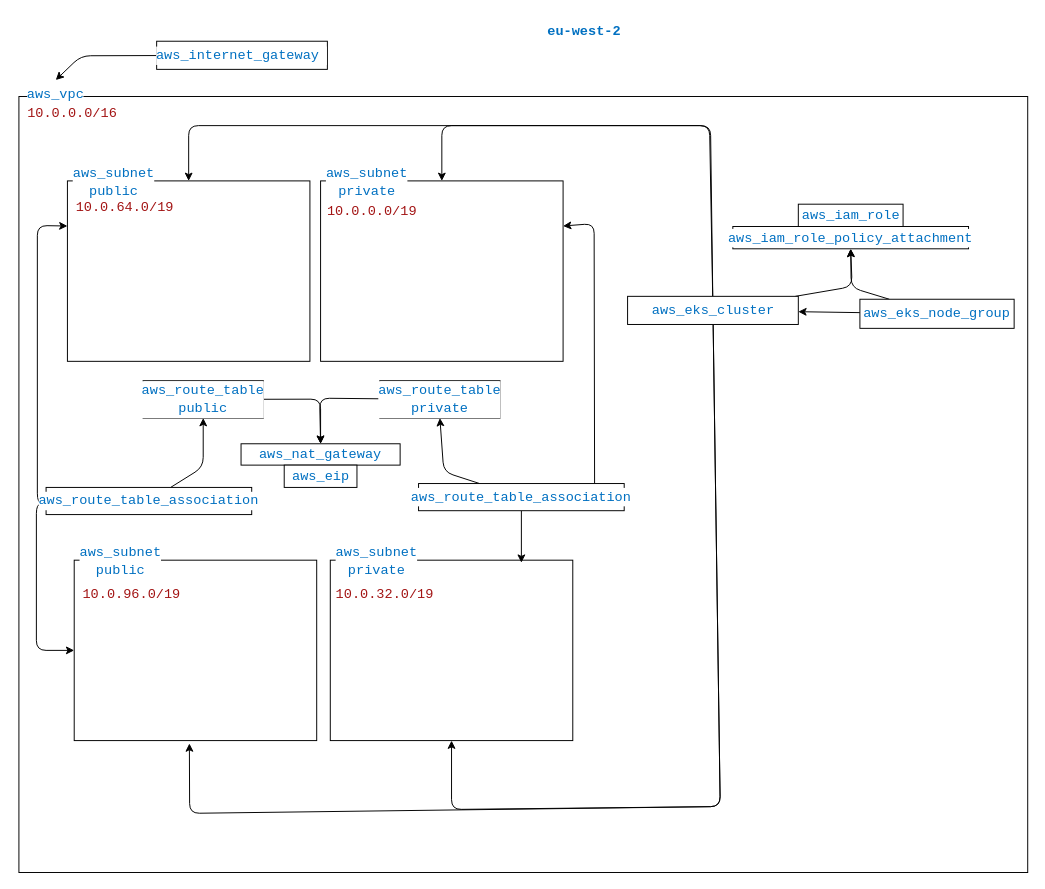
nadavSalman/counter-service keeps this draw.io diagram as diagrams/terraform.dio. Above is the earlier version. Source tidied: cells renumbered, new cells numbered last; positions are measured from the earlier drawing's top-left corner, leaving out a move shared by most shapes. Both pictures are drawn from the tidied source at 97%, with x=0, y=0 at pixel (16, 16).
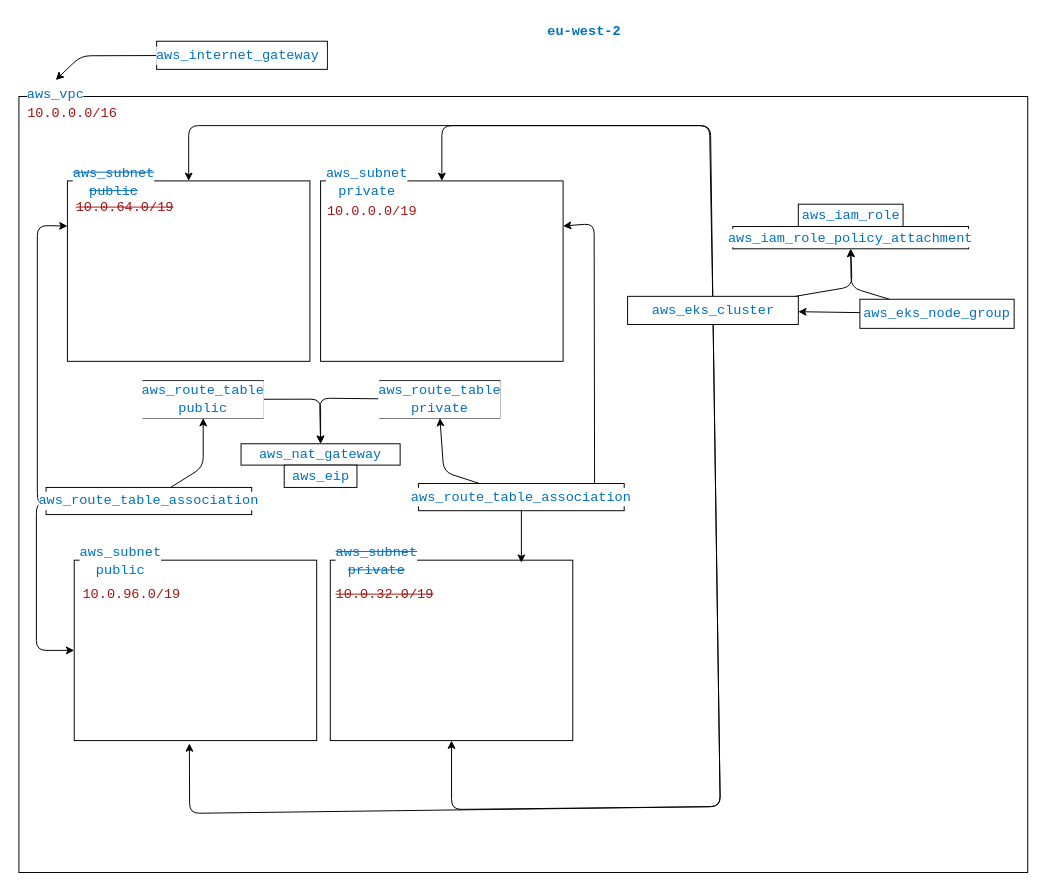
The same diagram, later.

What changed in the source:
```diff
@@
-    <mxCell id="7" value="&lt;br&gt;&lt;div style=&quot;color: rgb(59, 59, 59); background-color: rgb(255, 255, 255); font-family: Consolas, &amp;quot;Courier New&amp;quot;, monospace; font-weight: normal; font-size: 14px; line-height: 19px;&quot;&gt;&lt;div&gt;&lt;span style=&quot;color: #0070c1;&quot;&gt;aws_subnet public&lt;/span&gt;&lt;/div&gt;&lt;/div&gt;" style="text;html=1;strokeColor=none;fillColor=none;align=center;verticalAlign=middle;whiteSpace=wrap;rounded=0;" parent="1" vertex="1">
+    <mxCell id="7" value="&lt;strike&gt;&lt;br&gt;&lt;/strike&gt;&lt;div style=&quot;color: rgb(59, 59, 59); background-color: rgb(255, 255, 255); font-family: Consolas, &amp;quot;Courier New&amp;quot;, monospace; font-weight: normal; font-size: 14px; line-height: 19px;&quot;&gt;&lt;div&gt;&lt;span style=&quot;color: #0070c1;&quot;&gt;&lt;strike&gt;aws_subnet public&lt;/strike&gt;&lt;/span&gt;&lt;/div&gt;&lt;/div&gt;" style="text;html=1;strokeColor=none;fillColor=none;align=center;verticalAlign=middle;whiteSpace=wrap;rounded=0;" parent="1" vertex="1">
       <mxGeometry x="70" y="148" width="60" height="30" as="geometry" />
     </mxCell>
@@
-    <mxCell id="9" value="&lt;br&gt;&lt;div style=&quot;color: rgb(59, 59, 59); background-color: rgb(255, 255, 255); font-family: Consolas, &amp;quot;Courier New&amp;quot;, monospace; font-weight: normal; font-size: 14px; line-height: 19px;&quot;&gt;&lt;div&gt;&lt;span style=&quot;color: #0070c1;&quot;&gt;aws_subnet private&lt;/span&gt;&lt;/div&gt;&lt;/div&gt;" style="text;html=1;strokeColor=none;fillColor=none;align=center;verticalAlign=middle;whiteSpace=wrap;rounded=0;" parent="1" vertex="1">
+    <mxCell id="9" value="&lt;strike&gt;&lt;br&gt;&lt;/strike&gt;&lt;div style=&quot;color: rgb(59, 59, 59); background-color: rgb(255, 255, 255); font-family: Consolas, &amp;quot;Courier New&amp;quot;, monospace; font-weight: normal; font-size: 14px; line-height: 19px;&quot;&gt;&lt;div&gt;&lt;span style=&quot;color: #0070c1;&quot;&gt;&lt;strike&gt;aws_subnet private&lt;/strike&gt;&lt;/span&gt;&lt;/div&gt;&lt;/div&gt;" style="text;html=1;strokeColor=none;fillColor=none;align=center;verticalAlign=middle;whiteSpace=wrap;rounded=0;" parent="1" vertex="1">
       <mxGeometry x="341" y="539" width="60" height="30" as="geometry" />
     </mxCell>
@@
-    <mxCell id="17" value="&lt;div style=&quot;color: rgb(59, 59, 59); background-color: rgb(255, 255, 255); font-family: Consolas, &amp;quot;Courier New&amp;quot;, monospace; font-weight: normal; font-size: 14px; line-height: 19px;&quot;&gt;&lt;div&gt;&lt;span style=&quot;color: #a31515;&quot;&gt;10.0.64.0/19&lt;/span&gt;&lt;/div&gt;&lt;/div&gt;" style="text;whiteSpace=wrap;html=1;" parent="1" vertex="1">
+    <mxCell id="17" value="&lt;div style=&quot;color: rgb(59, 59, 59); background-color: rgb(255, 255, 255); font-family: Consolas, &amp;quot;Courier New&amp;quot;, monospace; font-weight: normal; font-size: 14px; line-height: 19px;&quot;&gt;&lt;div&gt;&lt;span style=&quot;color: #a31515;&quot;&gt;&lt;strike&gt;10.0.64.0/19&lt;/strike&gt;&lt;/span&gt;&lt;/div&gt;&lt;/div&gt;" style="text;whiteSpace=wrap;html=1;" parent="1" vertex="1">
       <mxGeometry x="59" y="181" width="101" height="27" as="geometry" />
     </mxCell>
-    <mxCell id="18" value="&lt;div style=&quot;color: rgb(59, 59, 59); background-color: rgb(255, 255, 255); font-family: Consolas, &amp;quot;Courier New&amp;quot;, monospace; font-weight: normal; font-size: 14px; line-height: 19px;&quot;&gt;&lt;div&gt;&lt;span style=&quot;color: #a31515;&quot;&gt;10.0.32.0/19&lt;/span&gt;&lt;/div&gt;&lt;/div&gt;" style="text;whiteSpace=wrap;html=1;" parent="1" vertex="1">
+    <mxCell id="18" value="&lt;div style=&quot;color: rgb(59, 59, 59); background-color: rgb(255, 255, 255); font-family: Consolas, &amp;quot;Courier New&amp;quot;, monospace; font-weight: normal; font-size: 14px; line-height: 19px;&quot;&gt;&lt;div&gt;&lt;span style=&quot;color: #a31515;&quot;&gt;&lt;strike&gt;10.0.32.0/19&lt;/strike&gt;&lt;/span&gt;&lt;/div&gt;&lt;/div&gt;" style="text;whiteSpace=wrap;html=1;" parent="1" vertex="1">
       <mxGeometry x="327" y="580" width="98.2" height="28.7" as="geometry" />
     </mxCell>
```
